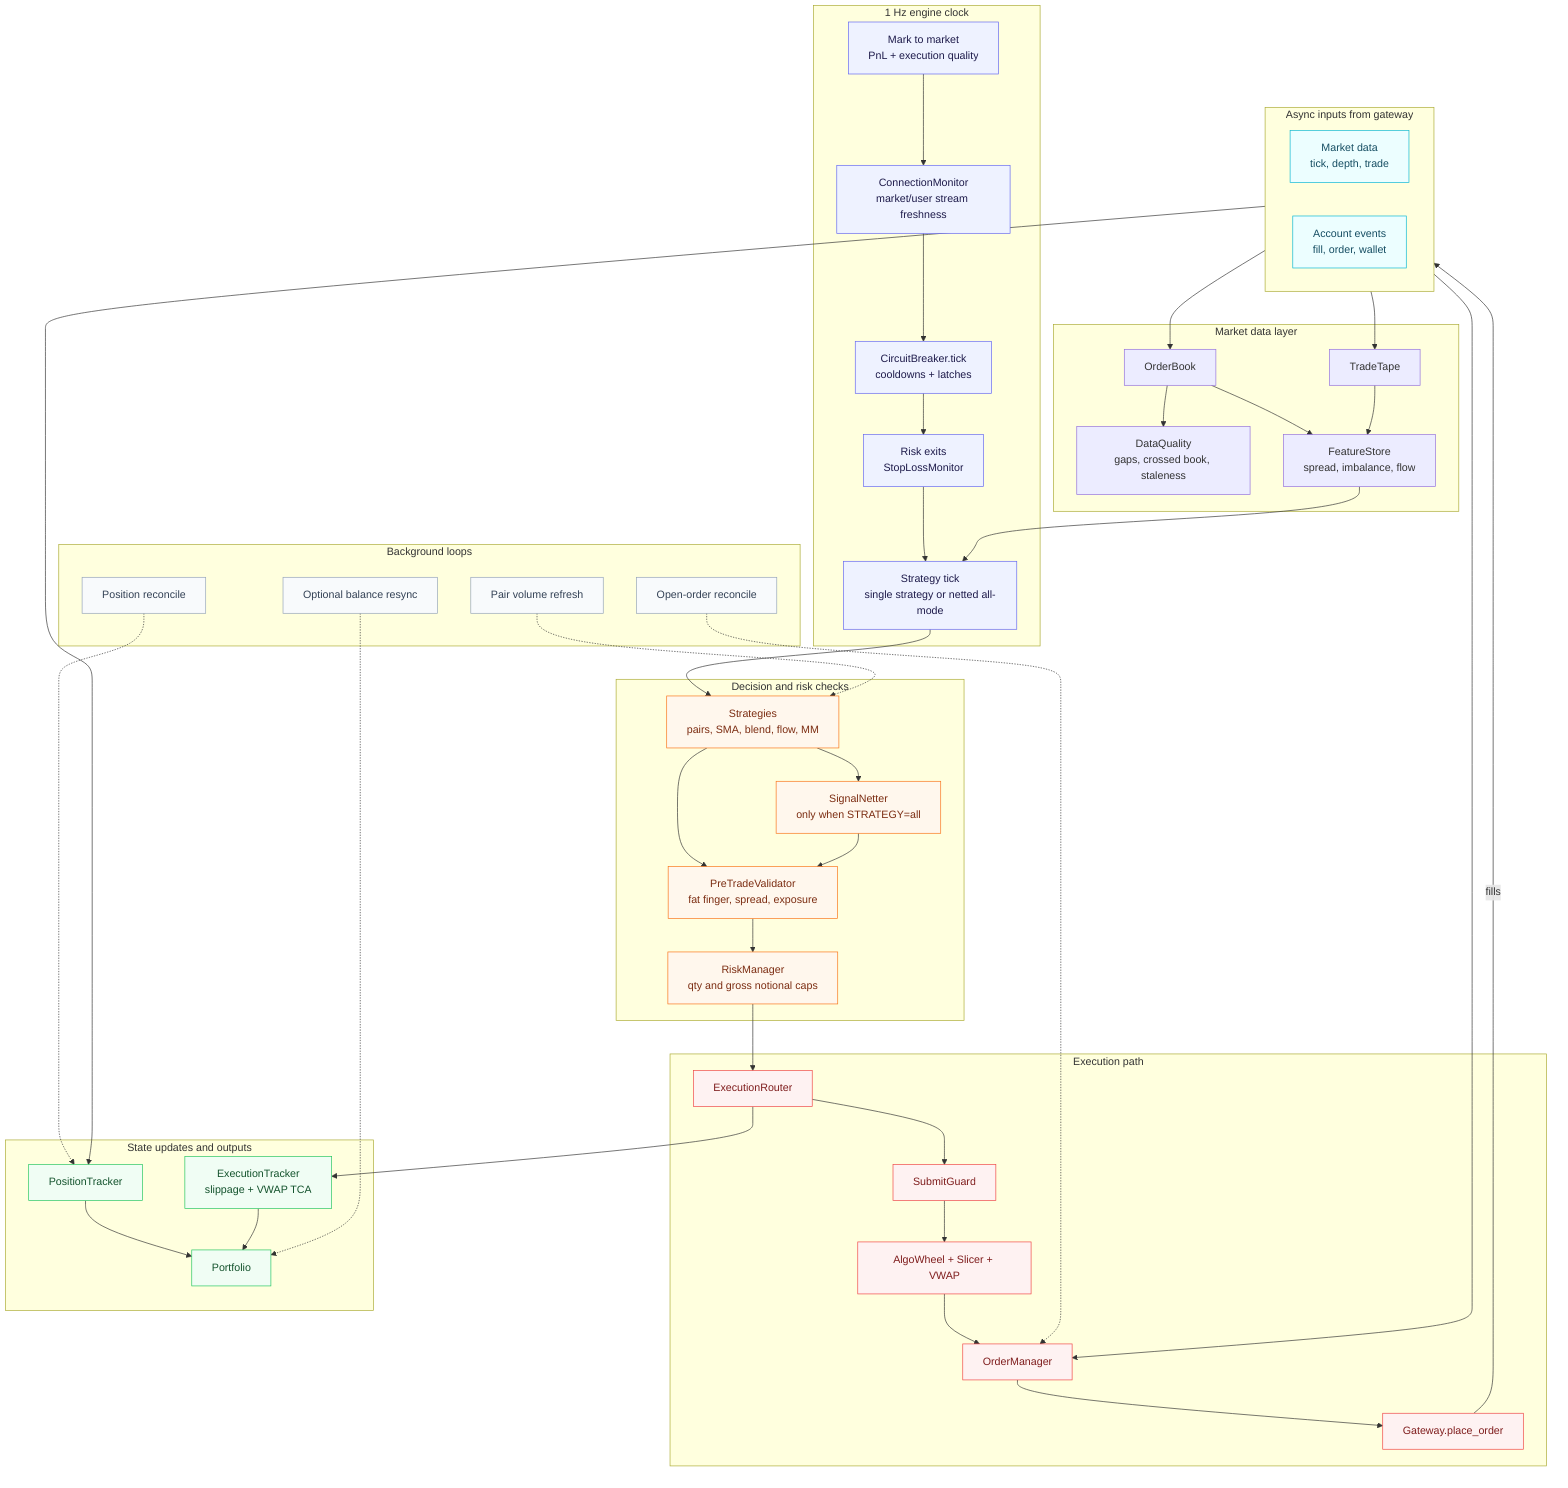
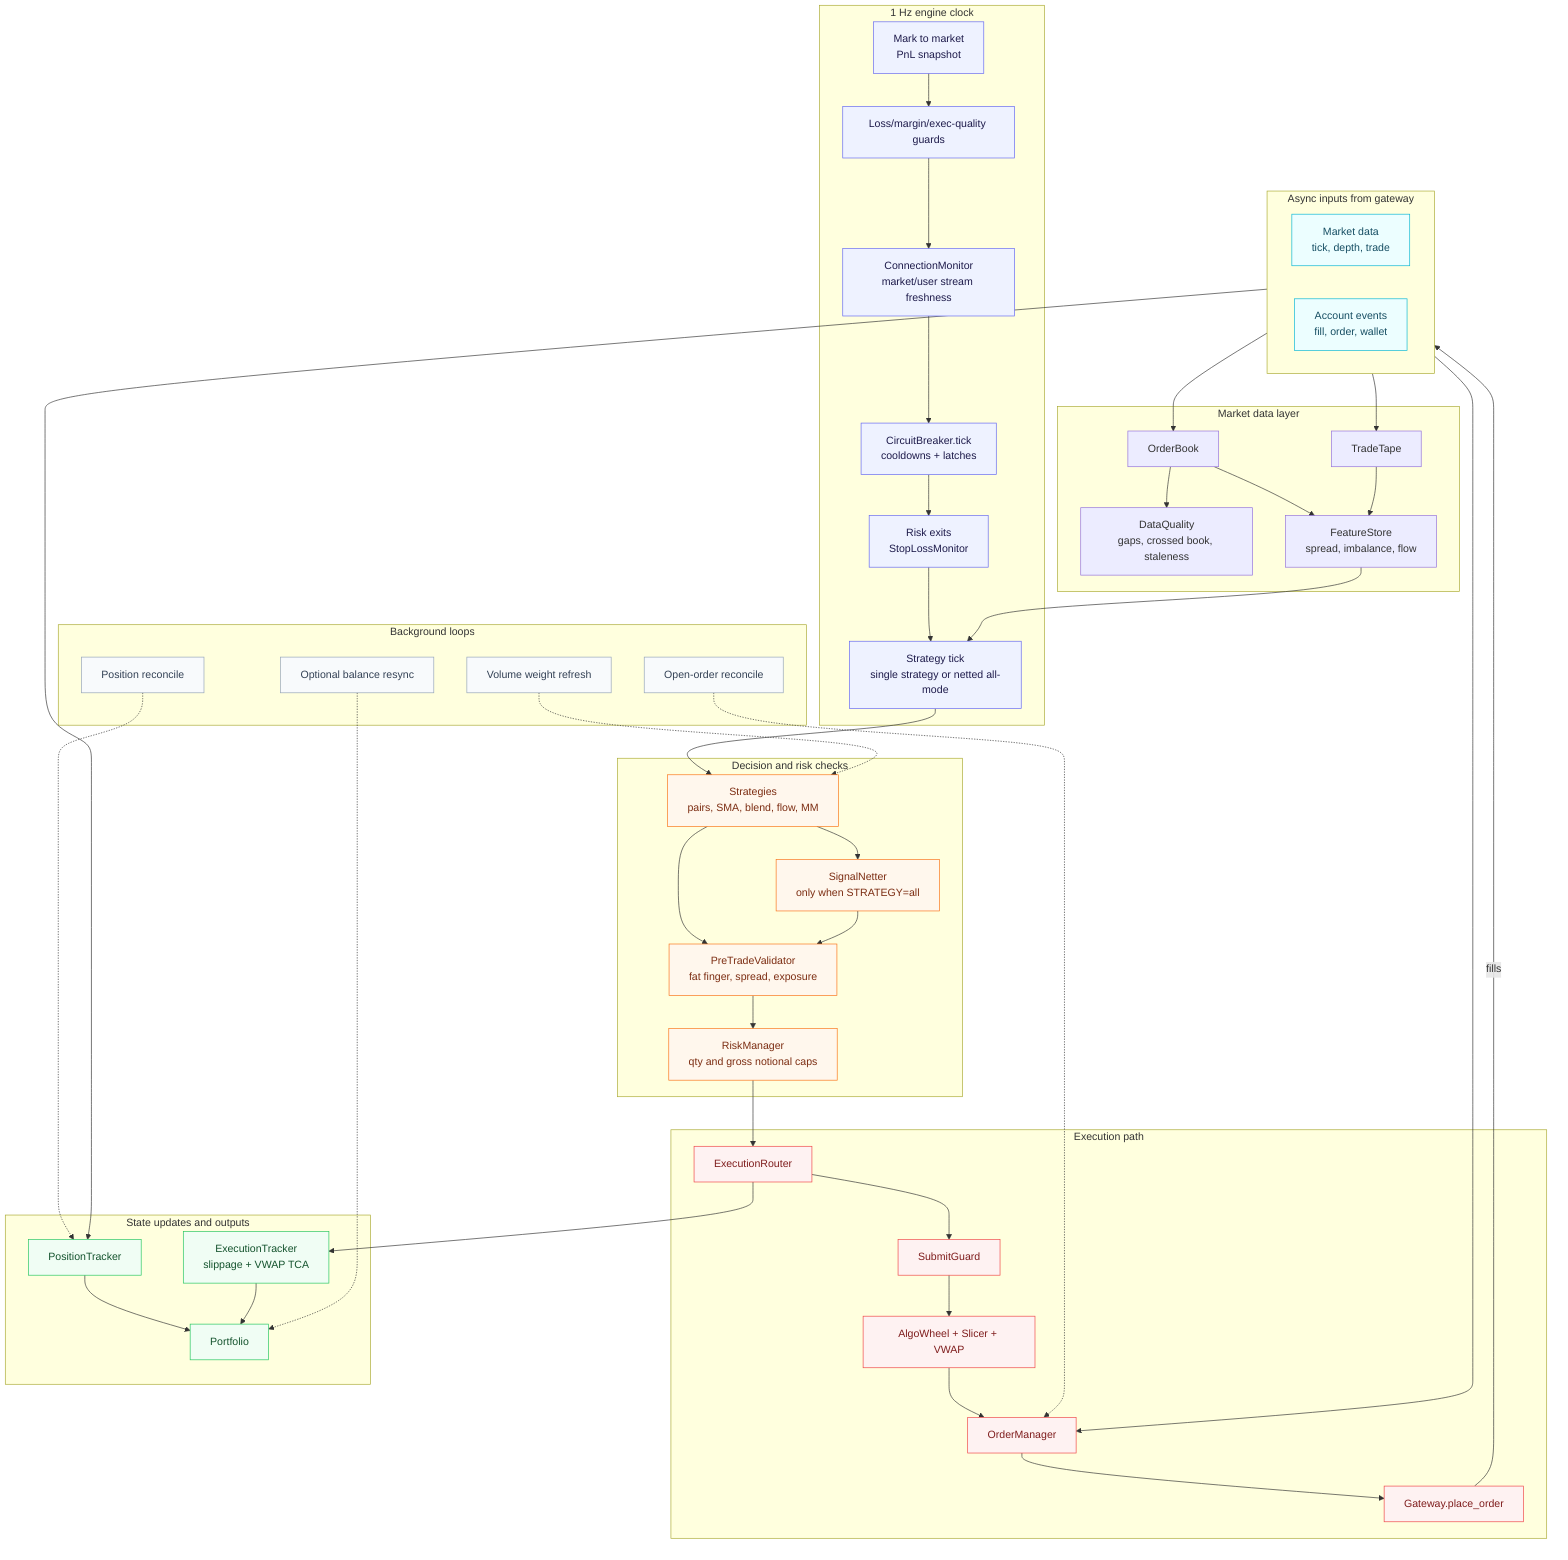
%% Per-tick and per-callback paths inside engine/
flowchart TB
    subgraph Inputs["Async inputs from gateway"]
        direction LR
        MDIN["Market data<br/>tick, depth, trade"]
        ACCT["Account events<br/>fill, order, wallet"]
    end

    subgraph MarketData["Market data layer"]
        OB["OrderBook"]
        TAPE["TradeTape"]
        QUALITY["DataQuality<br/>gaps, crossed book, staleness"]
        FEATURES["FeatureStore<br/>spread, imbalance, flow"]
        MDIN --> OB
        MDIN --> TAPE
        OB --> QUALITY
        OB --> FEATURES
        TAPE --> FEATURES
    end

    subgraph Clock["1 Hz engine clock"]
-         MTM["Mark to market<br/>PnL + execution quality"]
+         MTM["Mark to market<br/>PnL snapshot"]
+         GUARDS["Loss/margin/exec-quality guards"]
        HEALTH["ConnectionMonitor<br/>market/user stream freshness"]
        BREAKER["CircuitBreaker.tick<br/>cooldowns + latches"]
        EXITS["Risk exits<br/>StopLossMonitor"]
        SIGNALS["Strategy tick<br/>single strategy or netted all-mode"]
-         MTM --> HEALTH --> BREAKER --> EXITS --> SIGNALS
+         MTM --> GUARDS --> HEALTH --> BREAKER --> EXITS --> SIGNALS
    end

    subgraph Decision["Decision and risk checks"]
        STRATEGY["Strategies<br/>pairs, SMA, blend, flow, MM"]
        NETTER["SignalNetter<br/>only when STRATEGY=all"]
        PRETRADE["PreTradeValidator<br/>fat finger, spread, exposure"]
        RISK["RiskManager<br/>qty and gross notional caps"]
        STRATEGY --> NETTER
        STRATEGY --> PRETRADE
        NETTER --> PRETRADE --> RISK
    end

    subgraph Execution["Execution path"]
        ROUTER["ExecutionRouter"]
        GUARD["SubmitGuard"]
        ALGOS["AlgoWheel + Slicer + VWAP"]
        OMS["OrderManager"]
        GATEWAY["Gateway.place_order"]
        ROUTER --> GUARD --> ALGOS --> OMS --> GATEWAY
    end

    subgraph State["State updates and outputs"]
        POS["PositionTracker"]
        PORT["Portfolio"]
        TCA["ExecutionTracker<br/>slippage + VWAP TCA"]
        POS --> PORT
    end

    FEATURES --> SIGNALS --> STRATEGY
    RISK --> ROUTER
    ROUTER --> TCA
    GATEWAY -->|"fills"| ACCT
    ACCT --> POS
    ACCT --> OMS
    TCA --> PORT

    subgraph Background["Background loops"]
        RECON["Position reconcile"]
        OREC["Open-order reconcile"]
-         VOL["Pair volume refresh"]
+         VOL["Volume weight refresh"]
        BAL["Optional balance resync"]
    end

    RECON -.-> POS
    OREC -.-> OMS
    VOL -.-> STRATEGY
    BAL -.-> PORT

    classDef input fill:#ecfeff,stroke:#06b6d4,color:#164e63
    classDef clock fill:#eef2ff,stroke:#6366f1,color:#1e1b4b
    classDef decision fill:#fff7ed,stroke:#f97316,color:#7c2d12
    classDef exec fill:#fef2f2,stroke:#ef4444,color:#7f1d1d
    classDef state fill:#f0fdf4,stroke:#22c55e,color:#14532d
    classDef bg fill:#f8fafc,stroke:#94a3b8,color:#334155

    class MDIN,ACCT input
-     class MTM,HEALTH,BREAKER,EXITS,SIGNALS clock
+     class MTM,GUARDS,HEALTH,BREAKER,EXITS,SIGNALS clock
    class STRATEGY,NETTER,PRETRADE,RISK decision
    class ROUTER,GUARD,ALGOS,OMS,GATEWAY exec
    class POS,PORT,TCA state
    class RECON,OREC,VOL,BAL bg
